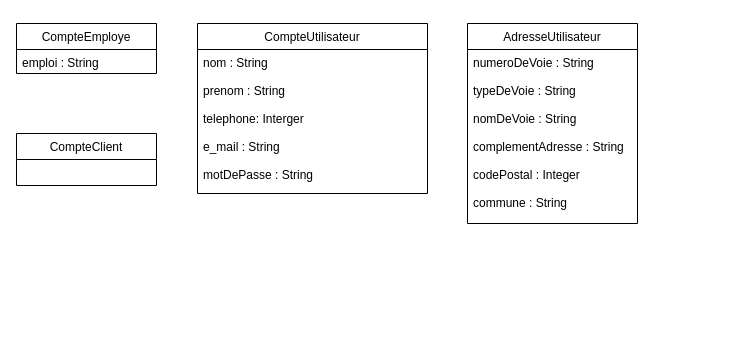
Earlier version of the draw.io diagram Untitled Diagram.drawio (vinsbld/StechOcPizz). Source tidied: cells renumbered, new cells numbered last; positions are measured from the earlier drawing's top-left corner, leaving out a move shared by most shapes. Both pictures are drawn from the tidied source at 100%, with x=0, y=0 at pixel (16, 23).
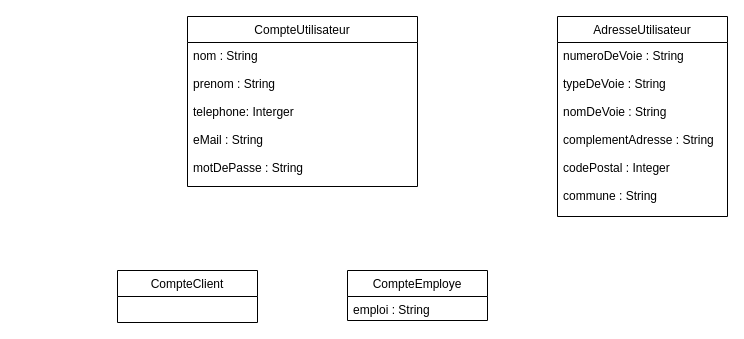
The same page after the edit.

The edit, as a diff of the source:
```diff
@@
 <mxGraphModel>
   <root>
     <mxCell id="0" />
     <mxCell id="1" parent="0" />
     <mxCell id="2" value="CompteEmploye" style="swimlane;fontStyle=0;horizontal=1;startSize=26;fillColor=none;" parent="1" vertex="1">
-      <mxGeometry width="140" height="50" as="geometry" />
+      <mxGeometry x="331" y="247" width="140" height="50" as="geometry" />
     </mxCell>
     <mxCell id="3" value="emploi : String&#10;" style="text;strokeColor=none;fillColor=none;align=left;verticalAlign=top;spacingLeft=4;spacingRight=4;overflow=hidden;" parent="2" vertex="1">
       <mxGeometry y="26" width="140" height="24" as="geometry" />
     </mxCell>
     <mxCell id="4" value="CompteUtilisateur" style="swimlane;fontStyle=0;horizontal=1;startSize=26;fillColor=none;" parent="1" vertex="1">
-      <mxGeometry x="181" width="230" height="170" as="geometry" />
+      <mxGeometry x="171" y="-7" width="230" height="170" as="geometry" />
     </mxCell>
-    <mxCell id="5" value="nom : String&#10;&#10;prenom : String&#10;&#10;telephone: Interger&#10;&#10;e_mail : String&#10;&#10;motDePasse : String&#10;" style="text;strokeColor=none;fillColor=none;align=left;verticalAlign=top;spacingLeft=4;spacingRight=4;overflow=hidden;" parent="4" vertex="1">
+    <mxCell id="5" value="nom : String&#10;&#10;prenom : String&#10;&#10;telephone: Interger&#10;&#10;eMail : String&#10;&#10;motDePasse : String&#10;" style="text;strokeColor=none;fillColor=none;align=left;verticalAlign=top;spacingLeft=4;spacingRight=4;overflow=hidden;" parent="4" vertex="1">
       <mxGeometry y="26" width="230" height="144" as="geometry" />
     </mxCell>
     <mxCell id="6" value="CompteClient" style="swimlane;fontStyle=0;horizontal=1;startSize=26;fillColor=none;" parent="1" vertex="1">
-      <mxGeometry y="110" width="140" height="52" as="geometry" />
+      <mxGeometry x="101" y="247" width="140" height="52" as="geometry" />
     </mxCell>
     <mxCell id="7" value="AdresseUtilisateur" style="swimlane;fontStyle=0;horizontal=1;startSize=26;fillColor=none;" parent="1" vertex="1">
-      <mxGeometry x="451" width="170" height="200" as="geometry" />
+      <mxGeometry x="541" y="-7" width="170" height="200" as="geometry" />
     </mxCell>
     <mxCell id="8" value="numeroDeVoie : String&#10;&#10;typeDeVoie : String&#10;&#10;nomDeVoie : String&#10;&#10;complementAdresse : String&#10;&#10;codePostal : Integer&#10;&#10;commune : String&#10;&#10;&#10;&#10;" style="text;strokeColor=none;fillColor=none;align=left;verticalAlign=top;spacingLeft=4;spacingRight=4;overflow=hidden;" parent="7" vertex="1">
       <mxGeometry y="26" width="170" height="174" as="geometry" />
     </mxCell>
   </root>
 </mxGraphModel>
```
